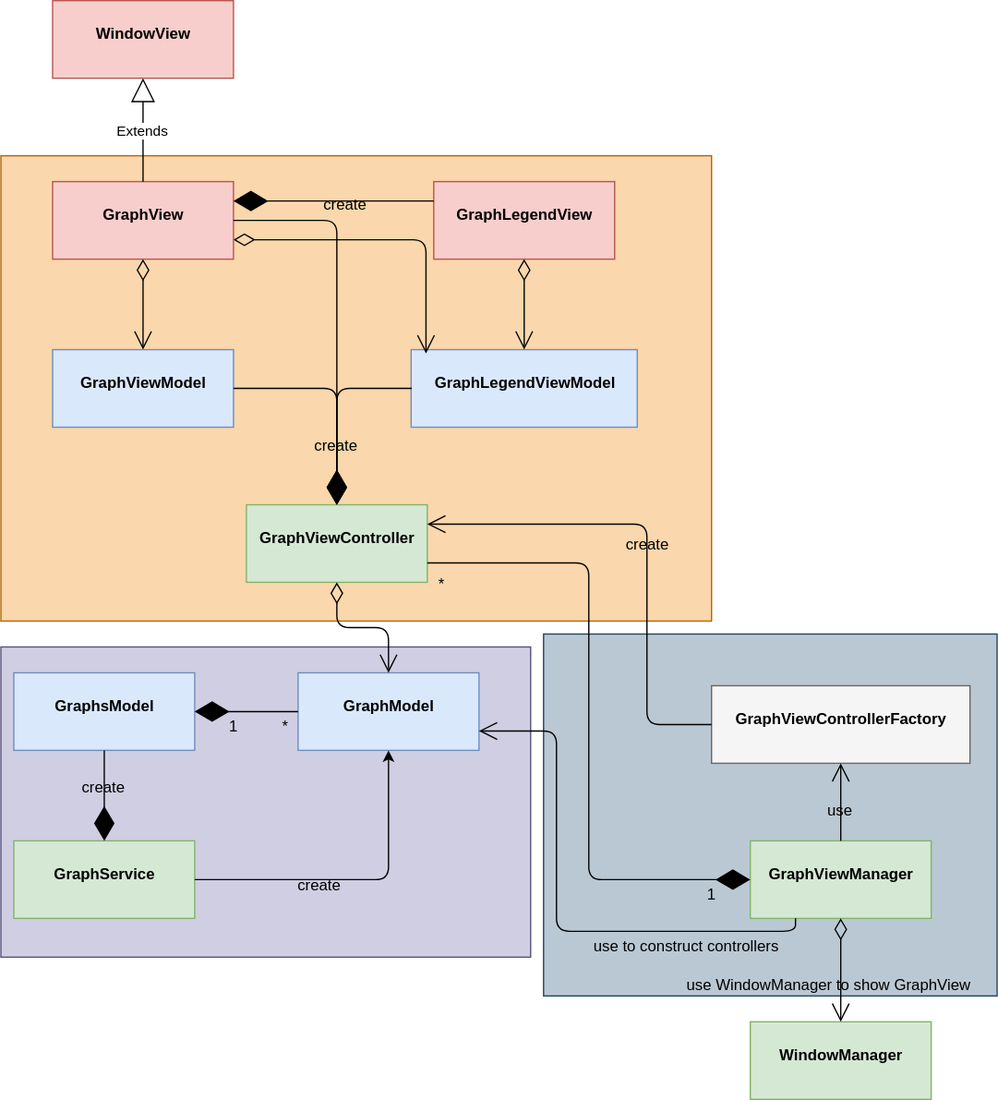
The draw.io diagram WebClient/doc/components/graph/images/GraphArchitecture-View.svg in ecodistrict/DesignModule, before a commit. Source tidied: cells renumbered, new cells last; positions are measured from the earlier drawing's top-left corner, leaving out a move shared by most shapes.
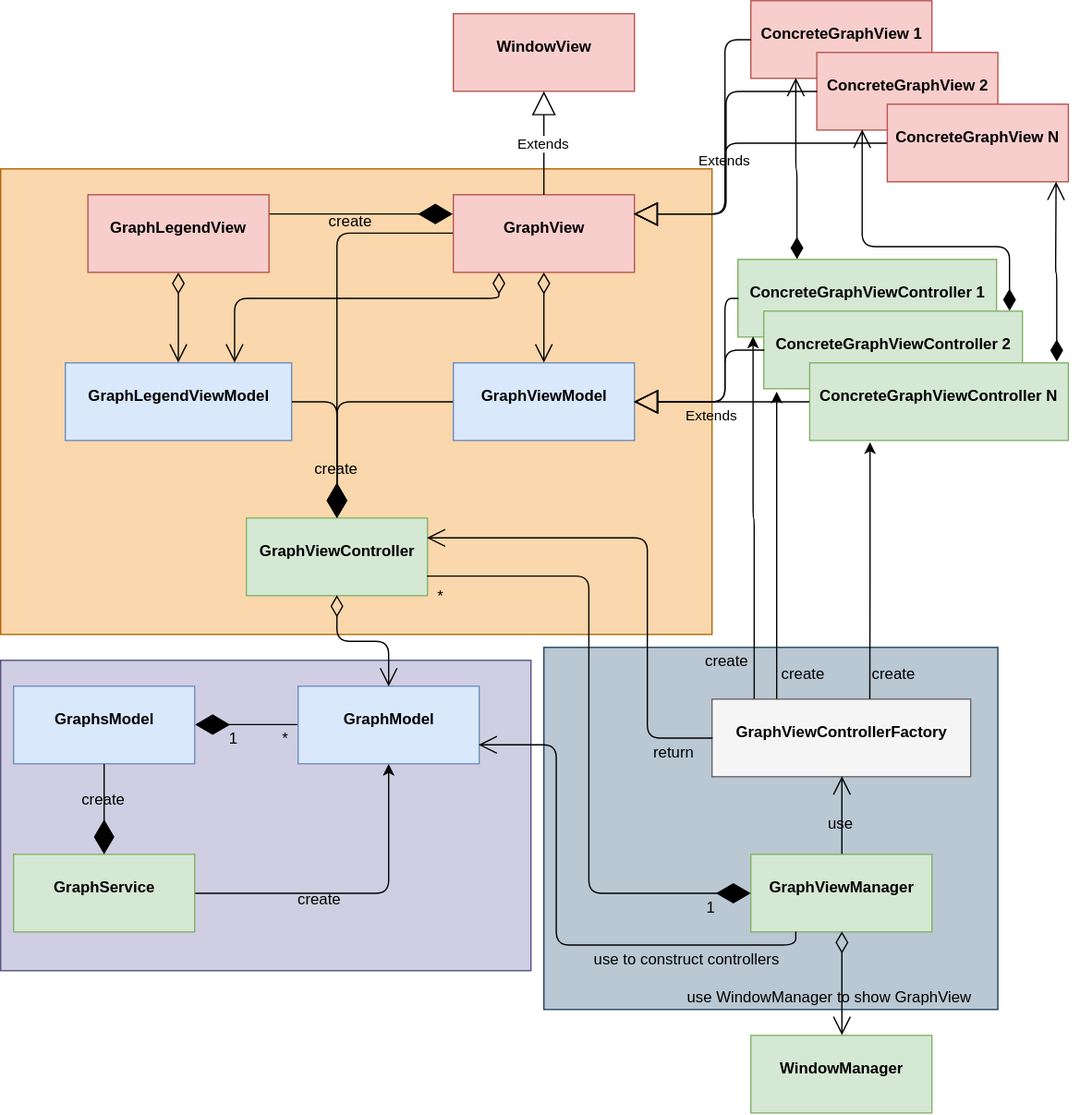
After the commit.

Commit message:
WebClient: fix Graph component documentation.

Change to the diagram source:
```diff
@@ -12,10 +12,10 @@
       <mxGeometry y="120" width="550" height="360" as="geometry" />
     </mxCell>
     <mxCell id="5" value="&lt;p style=&quot;margin: 0px ; margin-top: 4px ; text-align: center&quot;&gt;&lt;br&gt;&lt;b&gt;GraphView&lt;/b&gt;&lt;/p&gt;" style="verticalAlign=top;align=left;overflow=fill;fontSize=12;fontFamily=Helvetica;html=1;fillColor=#f8cecc;strokeColor=#b85450;" parent="1" vertex="1">
-      <mxGeometry x="40" y="140" width="140" height="60" as="geometry" />
+      <mxGeometry x="350" y="140" width="140" height="60" as="geometry" />
     </mxCell>
     <mxCell id="6" value="&lt;p style=&quot;margin: 0px ; margin-top: 4px ; text-align: center&quot;&gt;&lt;br&gt;&lt;b&gt;WindowView&lt;/b&gt;&lt;/p&gt;" style="verticalAlign=top;align=left;overflow=fill;fontSize=12;fontFamily=Helvetica;html=1;fillColor=#f8cecc;strokeColor=#b85450;" parent="1" vertex="1">
-      <mxGeometry x="40" width="140" height="60" as="geometry" />
+      <mxGeometry x="350" width="140" height="60" as="geometry" />
     </mxCell>
     <mxCell id="7" value="Extends" style="endArrow=block;endSize=16;endFill=0;html=1;exitX=0.5;exitY=0;" parent="1" edge="1" source="5" target="6">
       <mxGeometry relative="1" as="geometry" />
@@ -24,16 +24,16 @@
       <mxGeometry x="230" y="520" width="140" height="60" as="geometry" />
     </mxCell>
     <mxCell id="9" value="&lt;p style=&quot;margin: 0px ; margin-top: 4px ; text-align: center&quot;&gt;&lt;br&gt;&lt;b&gt;GraphViewModel&lt;/b&gt;&lt;/p&gt;" style="verticalAlign=top;align=left;overflow=fill;fontSize=12;fontFamily=Helvetica;html=1;fillColor=#dae8fc;strokeColor=#6c8ebf;" parent="1" vertex="1">
-      <mxGeometry x="40" y="270" width="140" height="60" as="geometry" />
+      <mxGeometry x="350" y="270" width="140" height="60" as="geometry" />
     </mxCell>
     <mxCell id="10" value="&lt;p style=&quot;margin: 0px ; margin-top: 4px ; text-align: center&quot;&gt;&lt;br&gt;&lt;b&gt;GraphViewController&lt;/b&gt;&lt;/p&gt;" style="verticalAlign=top;align=left;overflow=fill;fontSize=12;fontFamily=Helvetica;html=1;fillColor=#d5e8d4;strokeColor=#82b366;" parent="1" vertex="1">
       <mxGeometry x="190" y="390" width="140" height="60" as="geometry" />
     </mxCell>
     <mxCell id="11" value="&lt;p style=&quot;margin: 0px ; margin-top: 4px ; text-align: center&quot;&gt;&lt;br&gt;&lt;b&gt;GraphLegendView&lt;/b&gt;&lt;/p&gt;" style="verticalAlign=top;align=left;overflow=fill;fontSize=12;fontFamily=Helvetica;html=1;fillColor=#f8cecc;strokeColor=#b85450;" parent="1" vertex="1">
-      <mxGeometry x="335" y="140" width="140" height="60" as="geometry" />
+      <mxGeometry x="67.5" y="140" width="140" height="60" as="geometry" />
     </mxCell>
     <mxCell id="12" value="&lt;p style=&quot;margin: 0px ; margin-top: 4px ; text-align: center&quot;&gt;&lt;br&gt;&lt;b&gt;GraphLegendViewModel&lt;/b&gt;&lt;/p&gt;" style="verticalAlign=top;align=left;overflow=fill;fontSize=12;fontFamily=Helvetica;html=1;fillColor=#dae8fc;strokeColor=#6c8ebf;" parent="1" vertex="1">
-      <mxGeometry x="317.5" y="270" width="175" height="60" as="geometry" />
+      <mxGeometry x="50" y="270" width="175" height="60" as="geometry" />
     </mxCell>
     <mxCell id="13" value="&lt;p style=&quot;margin: 0px ; margin-top: 4px ; text-align: center&quot;&gt;&lt;br&gt;&lt;b&gt;GraphsModel&lt;/b&gt;&lt;/p&gt;" style="verticalAlign=top;align=left;overflow=fill;fontSize=12;fontFamily=Helvetica;html=1;fillColor=#dae8fc;strokeColor=#6c8ebf;" parent="1" vertex="1">
       <mxGeometry x="10" y="520" width="140" height="60" as="geometry" />
@@ -47,15 +47,15 @@
     <mxCell id="16" value="&lt;p style=&quot;margin: 0px ; margin-top: 4px ; text-align: center&quot;&gt;&lt;br&gt;&lt;b&gt;GraphViewManager&lt;/b&gt;&lt;/p&gt;" style="verticalAlign=top;align=left;overflow=fill;fontSize=12;fontFamily=Helvetica;html=1;fillColor=#d5e8d4;strokeColor=#82b366;" parent="1" vertex="1">
       <mxGeometry x="580" y="650" width="140" height="60" as="geometry" />
     </mxCell>
-    <mxCell id="17" style="endArrow=diamondThin;endFill=1;endSize=24;html=1;entryX=0.5;entryY=0;edgeStyle=orthogonalEdgeStyle;exitX=1;exitY=0.5;" parent="1" edge="1" source="5" target="10">
+    <mxCell id="17" style="endArrow=diamondThin;endFill=1;endSize=24;html=1;entryX=0.5;entryY=0;edgeStyle=orthogonalEdgeStyle;exitX=0;exitY=0.5;" parent="1" edge="1" source="5" target="10">
       <mxGeometry relative="1" as="geometry" />
     </mxCell>
-    <mxCell id="18" style="endArrow=diamondThin;endFill=1;endSize=24;html=1;edgeStyle=orthogonalEdgeStyle;exitX=1;exitY=0.5;" parent="1" edge="1" source="9">
+    <mxCell id="18" style="endArrow=diamondThin;endFill=1;endSize=24;html=1;edgeStyle=orthogonalEdgeStyle;exitX=0;exitY=0.5;" parent="1" edge="1" source="9">
       <mxGeometry relative="1" as="geometry">
         <mxPoint x="260" y="390" as="targetPoint" />
       </mxGeometry>
     </mxCell>
-    <mxCell id="19" style="endArrow=diamondThin;endFill=1;endSize=24;html=1;edgeStyle=orthogonalEdgeStyle;exitX=0;exitY=0.5;" parent="1" edge="1" source="12">
+    <mxCell id="19" style="endArrow=diamondThin;endFill=1;endSize=24;html=1;edgeStyle=orthogonalEdgeStyle;exitX=1;exitY=0.5;" parent="1" edge="1" source="12">
       <mxGeometry relative="1" as="geometry">
         <mxPoint x="260" y="390" as="targetPoint" />
       </mxGeometry>
@@ -63,11 +63,13 @@
     <mxCell id="20" value="create" style="text;html=1;align=center;verticalAlign=middle;labelBackgroundColor=none;" parent="19" vertex="1">
       <mxGeometry x="0.37" y="-1" relative="1" as="geometry" />
     </mxCell>
-    <mxCell id="21" style="endArrow=diamondThin;endFill=1;endSize=24;html=1;edgeStyle=orthogonalEdgeStyle;exitX=0;exitY=0.25;entryX=1;entryY=0.25;" parent="1" edge="1" source="11" target="5">
+    <mxCell id="21" style="endArrow=diamondThin;endFill=1;endSize=24;html=1;edgeStyle=orthogonalEdgeStyle;exitX=1;exitY=0.25;entryX=0;entryY=0.25;" parent="1" edge="1" source="11" target="5">
       <mxGeometry relative="1" as="geometry" />
     </mxCell>
     <mxCell id="22" value="create" style="text;html=1;align=center;verticalAlign=middle;labelBackgroundColor=none;" parent="21" vertex="1">
-      <mxGeometry x="-0.11" y="1" relative="1" as="geometry" />
+      <mxGeometry x="-0.11" y="1" relative="1" as="geometry">
+        <mxPoint x="-1" y="6" as="offset" />
+      </mxGeometry>
     </mxCell>
     <mxCell id="23" style="endArrow=open;html=1;endSize=12;startArrow=diamondThin;startSize=14;startFill=0;edgeStyle=orthogonalEdgeStyle;align=left;verticalAlign=bottom;exitX=0.5;exitY=1;entryX=0.5;entryY=0;" parent="1" edge="1" source="11" target="12">
       <mxGeometry x="-1" y="3" relative="1" as="geometry" />
@@ -75,8 +77,13 @@
     <mxCell id="24" style="endArrow=open;html=1;endSize=12;startArrow=diamondThin;startSize=14;startFill=0;edgeStyle=orthogonalEdgeStyle;align=left;verticalAlign=bottom;entryX=0.5;entryY=0;exitX=0.5;exitY=1;" parent="1" edge="1" source="5" target="9">
       <mxGeometry x="-1" y="3" relative="1" as="geometry" />
     </mxCell>
-    <mxCell id="25" style="endArrow=open;html=1;endSize=12;startArrow=diamondThin;startSize=14;startFill=0;edgeStyle=orthogonalEdgeStyle;align=left;verticalAlign=bottom;entryX=0.063;entryY=0.043;exitX=1;exitY=0.75;entryPerimeter=0;" parent="1" edge="1" source="5" target="12">
-      <mxGeometry x="-1" y="3" relative="1" as="geometry" />
+    <mxCell id="25" style="endArrow=open;html=1;endSize=12;startArrow=diamondThin;startSize=14;startFill=0;edgeStyle=orthogonalEdgeStyle;align=left;verticalAlign=bottom;entryX=0.75;entryY=0;exitX=0.25;exitY=1;" parent="1" edge="1" source="5" target="12">
+      <mxGeometry x="-1" y="3" relative="1" as="geometry">
+        <Array as="points">
+          <mxPoint x="385" y="220" />
+          <mxPoint x="181" y="220" />
+        </Array>
+      </mxGeometry>
     </mxCell>
     <mxCell id="26" style="endArrow=open;html=1;endSize=12;startArrow=diamondThin;startSize=14;startFill=0;edgeStyle=orthogonalEdgeStyle;align=left;verticalAlign=bottom;entryX=0.5;entryY=0;exitX=0.5;exitY=1;" parent="1" edge="1" source="10" target="8">
       <mxGeometry x="-1" y="3" relative="1" as="geometry" />
@@ -116,8 +123,10 @@
         </Array>
       </mxGeometry>
     </mxCell>
-    <mxCell id="35" value="create" style="text;html=1;align=center;verticalAlign=middle;labelBackgroundColor=none;" parent="34" vertex="1">
-      <mxGeometry x="0.02" relative="1" as="geometry" />
+    <mxCell id="35" value="return" style="text;html=1;align=center;verticalAlign=middle;labelBackgroundColor=none;" parent="34" vertex="1">
+      <mxGeometry x="0.02" relative="1" as="geometry">
+        <mxPoint x="20" y="151.5" as="offset" />
+      </mxGeometry>
     </mxCell>
     <mxCell id="36" style="endArrow=diamondThin;endFill=1;endSize=24;html=1;edgeStyle=orthogonalEdgeStyle;entryX=0;entryY=0.5;exitX=1;exitY=0.75;" parent="1" edge="1" source="10" target="16">
       <mxGeometry relative="1" as="geometry" />
@@ -163,5 +172,107 @@
         <mxPoint x="-11" y="14.5" as="offset" />
       </mxGeometry>
     </mxCell>
+    <mxCell id="46" value="&lt;p style=&quot;margin: 0px ; margin-top: 4px ; text-align: center&quot;&gt;&lt;br&gt;&lt;b&gt;ConcreteGraphView 1&lt;/b&gt;&lt;/p&gt;" style="verticalAlign=top;align=left;overflow=fill;fontSize=12;fontFamily=Helvetica;html=1;fillColor=#f8cecc;strokeColor=#b85450;" parent="1" vertex="1">
+      <mxGeometry x="580" y="-10" width="140" height="60" as="geometry" />
+    </mxCell>
+    <mxCell id="47" value="&lt;p style=&quot;margin: 0px ; margin-top: 4px ; text-align: center&quot;&gt;&lt;br&gt;&lt;b&gt;ConcreteGraphView 2&lt;/b&gt;&lt;/p&gt;" style="verticalAlign=top;align=left;overflow=fill;fontSize=12;fontFamily=Helvetica;html=1;fillColor=#f8cecc;strokeColor=#b85450;" parent="1" vertex="1">
+      <mxGeometry x="631" y="30" width="140" height="60" as="geometry" />
+    </mxCell>
+    <mxCell id="48" value="&lt;p style=&quot;margin: 0px ; margin-top: 4px ; text-align: center&quot;&gt;&lt;br&gt;&lt;b&gt;ConcreteGraphView N&lt;/b&gt;&lt;/p&gt;" style="verticalAlign=top;align=left;overflow=fill;fontSize=12;fontFamily=Helvetica;html=1;fillColor=#f8cecc;strokeColor=#b85450;" parent="1" vertex="1">
+      <mxGeometry x="685.5" y="70" width="140" height="60" as="geometry" />
+    </mxCell>
+    <mxCell id="49" value="&lt;p style=&quot;margin: 0px ; margin-top: 4px ; text-align: center&quot;&gt;&lt;br&gt;&lt;b&gt;ConcreteGraphViewController 1&lt;/b&gt;&lt;/p&gt;" style="verticalAlign=top;align=left;overflow=fill;fontSize=12;fontFamily=Helvetica;html=1;fillColor=#d5e8d4;strokeColor=#82b366;" parent="1" vertex="1">
+      <mxGeometry x="570" y="190" width="200" height="60" as="geometry" />
+    </mxCell>
+    <mxCell id="50" value="&lt;p style=&quot;margin: 0px ; margin-top: 4px ; text-align: center&quot;&gt;&lt;br&gt;&lt;b&gt;ConcreteGraphViewController 2&lt;/b&gt;&lt;/p&gt;" style="verticalAlign=top;align=left;overflow=fill;fontSize=12;fontFamily=Helvetica;html=1;fillColor=#d5e8d4;strokeColor=#82b366;" parent="1" vertex="1">
+      <mxGeometry x="590" y="230" width="200" height="60" as="geometry" />
+    </mxCell>
+    <mxCell id="51" value="&lt;p style=&quot;margin: 0px ; margin-top: 4px ; text-align: center&quot;&gt;&lt;br&gt;&lt;b&gt;ConcreteGraphViewController N&lt;/b&gt;&lt;/p&gt;" style="verticalAlign=top;align=left;overflow=fill;fontSize=12;fontFamily=Helvetica;html=1;fillColor=#d5e8d4;strokeColor=#82b366;" parent="1" vertex="1">
+      <mxGeometry x="625.5" y="270" width="200" height="60" as="geometry" />
+    </mxCell>
+    <mxCell id="52" value="Extends" style="endArrow=block;endSize=16;endFill=0;html=1;exitX=0;exitY=0.5;entryX=1;entryY=0.25;edgeStyle=orthogonalEdgeStyle;labelBackgroundColor=none;" parent="1" edge="1" source="46" target="5">
+      <mxGeometry relative="1" as="geometry">
+        <Array as="points">
+          <mxPoint x="560" y="20" />
+          <mxPoint x="560" y="155" />
+        </Array>
+      </mxGeometry>
+    </mxCell>
+    <mxCell id="53" style="endArrow=block;endSize=16;endFill=0;html=1;exitX=0;exitY=0.5;entryX=1;entryY=0.25;edgeStyle=orthogonalEdgeStyle;labelBackgroundColor=none;" parent="1" edge="1" source="47" target="5">
+      <mxGeometry relative="1" as="geometry" />
+    </mxCell>
+    <mxCell id="54" style="endArrow=block;endSize=16;endFill=0;html=1;exitX=0;exitY=0.5;entryX=1;entryY=0.25;edgeStyle=orthogonalEdgeStyle;labelBackgroundColor=none;" parent="1" edge="1" source="48" target="5">
+      <mxGeometry relative="1" as="geometry">
+        <Array as="points">
+          <mxPoint x="560" y="100" />
+          <mxPoint x="560" y="155" />
+        </Array>
+      </mxGeometry>
+    </mxCell>
+    <mxCell id="55" style="endArrow=block;endSize=16;endFill=0;html=1;edgeStyle=orthogonalEdgeStyle;labelBackgroundColor=none;exitX=0;exitY=0.5;" parent="1" edge="1" source="50">
+      <mxGeometry relative="1" as="geometry">
+        <mxPoint x="490" y="300" as="targetPoint" />
+        <Array as="points">
+          <mxPoint x="560" y="260" />
+          <mxPoint x="560" y="300" />
+        </Array>
+      </mxGeometry>
+    </mxCell>
+    <mxCell id="56" style="endArrow=block;endSize=16;endFill=0;html=1;exitX=0;exitY=0.5;edgeStyle=orthogonalEdgeStyle;labelBackgroundColor=none;" parent="1" edge="1" source="51">
+      <mxGeometry relative="1" as="geometry">
+        <mxPoint x="490" y="300" as="targetPoint" />
+      </mxGeometry>
+    </mxCell>
+    <mxCell id="57" value="Extends" style="endArrow=block;endSize=16;endFill=0;html=1;exitX=0;exitY=0.5;entryX=1;entryY=0.5;edgeStyle=orthogonalEdgeStyle;labelBackgroundColor=none;" parent="1" edge="1" source="49" target="9">
+      <mxGeometry x="0.25" y="10" relative="1" as="geometry">
+        <Array as="points">
+          <mxPoint x="560" y="220" />
+          <mxPoint x="560" y="300" />
+        </Array>
+      </mxGeometry>
+    </mxCell>
+    <mxCell id="58" style="endArrow=open;html=1;endSize=12;startArrow=diamondThin;startSize=14;startFill=1;edgeStyle=orthogonalEdgeStyle;align=left;verticalAlign=bottom;labelBackgroundColor=none;exitX=0.228;exitY=-0.001;entryX=0.25;entryY=1;exitPerimeter=0;" parent="1" edge="1" source="49" target="46">
+      <mxGeometry x="-1" y="3" relative="1" as="geometry" />
+    </mxCell>
+    <mxCell id="59" style="endArrow=open;html=1;endSize=12;startArrow=diamondThin;startSize=14;startFill=1;edgeStyle=orthogonalEdgeStyle;align=left;verticalAlign=bottom;labelBackgroundColor=none;entryX=0.25;entryY=1;" parent="1" edge="1" target="47">
+      <mxGeometry x="-1" y="3" relative="1" as="geometry">
+        <mxPoint x="780" y="230" as="sourcePoint" />
+        <Array as="points">
+          <mxPoint x="780" y="180" />
+          <mxPoint x="666" y="180" />
+        </Array>
+      </mxGeometry>
+    </mxCell>
+    <mxCell id="60" style="endArrow=open;html=1;endSize=12;startArrow=diamondThin;startSize=14;startFill=1;edgeStyle=orthogonalEdgeStyle;align=left;verticalAlign=bottom;labelBackgroundColor=none;exitX=0.954;exitY=-0.026;exitPerimeter=0;" parent="1" edge="1" source="51">
+      <mxGeometry x="-1" y="3" relative="1" as="geometry">
+        <mxPoint x="816" y="130" as="targetPoint" />
+      </mxGeometry>
+    </mxCell>
+    <mxCell id="61" style="endArrow=classic;html=1;exitX=0.25;exitY=0;entryX=0.048;entryY=1.038;edgeStyle=orthogonalEdgeStyle;entryPerimeter=0;" parent="1" edge="1" source="15" target="50">
+      <mxGeometry relative="1" as="geometry" />
+    </mxCell>
+    <mxCell id="62" value="create" style="text;html=1;align=center;verticalAlign=middle;labelBackgroundColor=none;" parent="61" vertex="1">
+      <mxGeometry x="-0.23" y="-3" relative="1" as="geometry">
+        <mxPoint x="17" y="71.5" as="offset" />
+      </mxGeometry>
+    </mxCell>
+    <mxCell id="63" style="endArrow=classic;html=1;entryX=0.234;entryY=1.022;edgeStyle=orthogonalEdgeStyle;entryPerimeter=0;" parent="1" edge="1" target="51">
+      <mxGeometry relative="1" as="geometry">
+        <mxPoint x="672" y="530" as="sourcePoint" />
+      </mxGeometry>
+    </mxCell>
+    <mxCell id="64" value="create" style="text;html=1;align=center;verticalAlign=middle;labelBackgroundColor=none;" parent="63" vertex="1">
+      <mxGeometry x="-0.23" y="-3" relative="1" as="geometry">
+        <mxPoint x="15" y="56.5" as="offset" />
+      </mxGeometry>
+    </mxCell>
+    <mxCell id="65" style="endArrow=classic;html=1;exitX=0.161;exitY=-0.001;entryX=0.06;entryY=0.989;edgeStyle=orthogonalEdgeStyle;entryPerimeter=0;exitPerimeter=0;" parent="1" edge="1" source="15" target="49">
+      <mxGeometry relative="1" as="geometry" />
+    </mxCell>
+    <mxCell id="66" value="create" style="text;html=1;align=center;verticalAlign=middle;labelBackgroundColor=none;" parent="65" vertex="1">
+      <mxGeometry x="-0.23" y="-3" relative="1" as="geometry">
+        <mxPoint x="-25" y="77.5" as="offset" />
+      </mxGeometry>
+    </mxCell>
   </root>
 </mxGraphModel>
```
